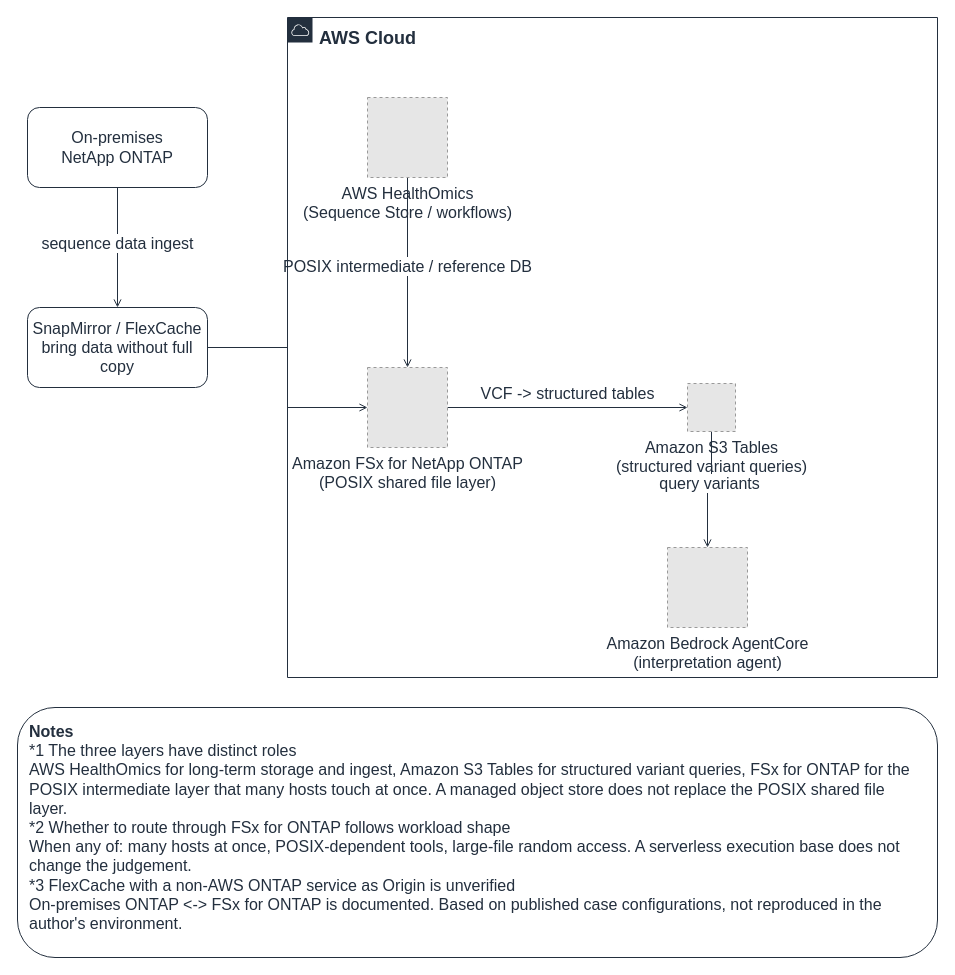
Earlier version of the draw.io diagram docs/_assets/diagrams/genomics-hpc-data-layers-en.drawio (Yoshiki0705/FSx-for-ONTAP-Adoption-Playbook). Source tidied: cells renumbered, new cells numbered last; positions are measured from the earlier drawing's top-left corner, leaving out a move shared by most shapes. Both pictures are drawn from the tidied source at 100%, with x=0, y=0 at pixel (17, 17). Pictures stored in the file or linked from it are replaced by grey dashed boxes.
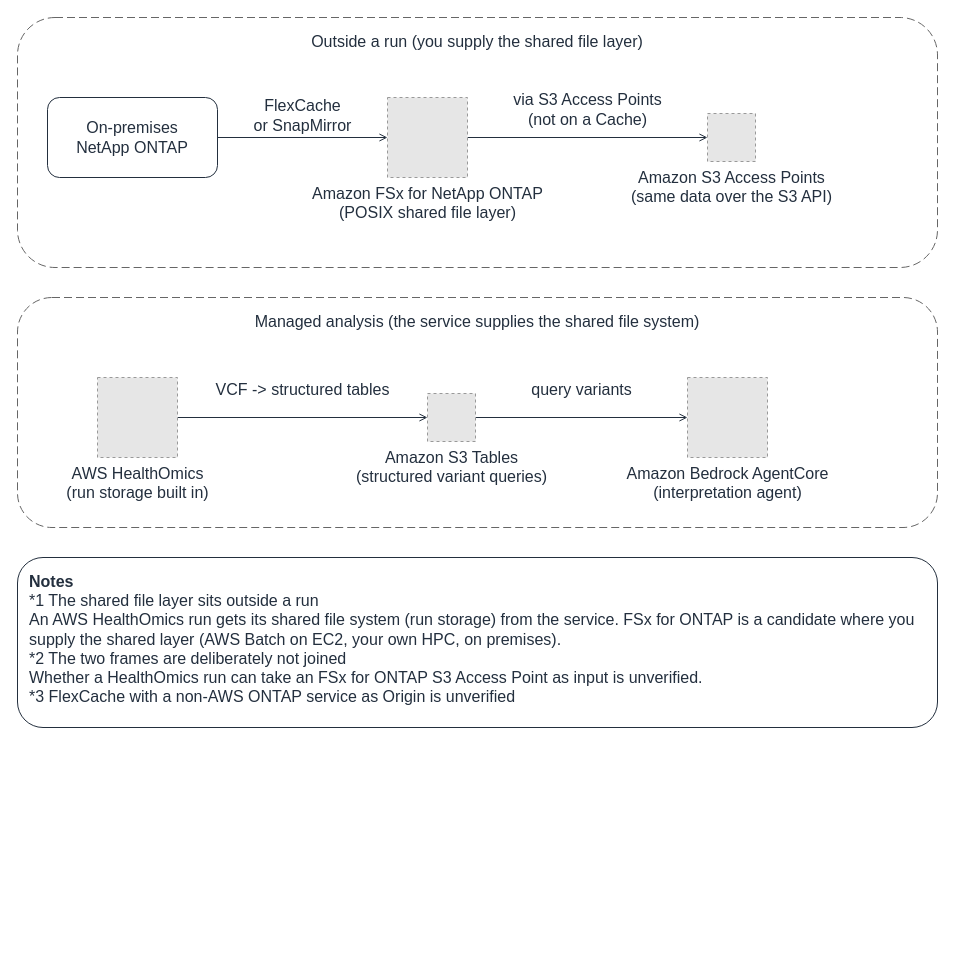
After the change.

The edit, as a diff of the source:
```diff
@@
 <mxGraphModel background="#FFFFFF">
   <root>
     <mxCell id="0" />
     <mxCell id="1" parent="0" />
-    <mxCell id="2" value="sequence data ingest" style="edgeStyle=orthogonalEdgeStyle;rounded=0;html=1;endArrow=open;endFill=0;strokeColor=#232F3E;strokeWidth=1;fontSize=16;fontColor=#232F3E;labelBackgroundColor=#FFFFFF;exitX=0.5;exitY=1.0;exitDx=0;exitDy=0;entryX=0.5;entryY=0.0;entryDx=0;entryDy=0;" parent="1" edge="1" source="8" target="9">
+    <mxCell id="2" value="FlexCache&lt;br&gt;or SnapMirror" style="edgeStyle=orthogonalEdgeStyle;rounded=0;html=1;endArrow=open;endFill=0;strokeColor=#232F3E;strokeWidth=1;fontSize=16;fontColor=#232F3E;labelBackgroundColor=#FFFFFF;exitX=1.0;exitY=0.5;exitDx=0;exitDy=0;entryX=0.0;entryY=0.5;entryDx=0;entryDy=0;" parent="1" edge="1" source="8" target="12">
       <mxGeometry relative="1" as="geometry">
-        <mxPoint y="-4" as="offset" />
+        <mxPoint y="-22" as="offset" />
       </mxGeometry>
     </mxCell>
-    <mxCell id="3" style="edgeStyle=orthogonalEdgeStyle;rounded=0;html=1;endArrow=open;endFill=0;strokeColor=#232F3E;strokeWidth=1;fontSize=16;fontColor=#232F3E;labelBackgroundColor=#FFFFFF;exitX=1.0;exitY=0.5;exitDx=0;exitDy=0;entryX=0.0;entryY=0.5;entryDx=0;entryDy=0;" parent="1" edge="1" source="9" target="12">
-      <mxGeometry relative="1" as="geometry" />
+    <mxCell id="3" value="via S3 Access Points&lt;br&gt;(not on a Cache)" style="edgeStyle=orthogonalEdgeStyle;rounded=0;html=1;endArrow=open;endFill=0;strokeColor=#232F3E;strokeWidth=1;fontSize=16;fontColor=#232F3E;labelBackgroundColor=#FFFFFF;exitX=1.0;exitY=0.5;exitDx=0;exitDy=0;entryX=0.0;entryY=0.5;entryDx=0;entryDy=0;" parent="1" edge="1" source="12" target="17">
+      <mxGeometry relative="1" as="geometry">
+        <mxPoint y="-28" as="offset" />
+      </mxGeometry>
     </mxCell>
-    <mxCell id="4" value="POSIX intermediate / reference DB" style="edgeStyle=orthogonalEdgeStyle;rounded=0;html=1;endArrow=open;endFill=0;strokeColor=#232F3E;strokeWidth=1;fontSize=16;fontColor=#232F3E;labelBackgroundColor=#FFFFFF;exitX=0.5;exitY=1.0;exitDx=0;exitDy=0;entryX=0.5;entryY=0.0;entryDx=0;entryDy=0;" parent="1" edge="1" source="11" target="12">
+    <mxCell id="4" value="VCF -&amp;gt; structured tables" style="edgeStyle=orthogonalEdgeStyle;rounded=0;html=1;endArrow=open;endFill=0;strokeColor=#232F3E;strokeWidth=1;fontSize=16;fontColor=#232F3E;labelBackgroundColor=#FFFFFF;exitX=1.0;exitY=0.5;exitDx=0;exitDy=0;entryX=0.0;entryY=0.5;entryDx=0;entryDy=0;" parent="1" edge="1" source="11" target="13">
       <mxGeometry relative="1" as="geometry">
-        <mxPoint y="-6" as="offset" />
+        <mxPoint y="-28" as="offset" />
       </mxGeometry>
     </mxCell>
-    <mxCell id="5" value="VCF -&amp;gt; structured tables" style="edgeStyle=orthogonalEdgeStyle;rounded=0;html=1;endArrow=open;endFill=0;strokeColor=#232F3E;strokeWidth=1;fontSize=16;fontColor=#232F3E;labelBackgroundColor=#FFFFFF;exitX=1.0;exitY=0.5;exitDx=0;exitDy=0;entryX=0.0;entryY=0.5;entryDx=0;entryDy=0;" parent="1" edge="1" source="12" target="13">
+    <mxCell id="5" value="query variants" style="edgeStyle=orthogonalEdgeStyle;rounded=0;html=1;endArrow=open;endFill=0;strokeColor=#232F3E;strokeWidth=1;fontSize=16;fontColor=#232F3E;labelBackgroundColor=#FFFFFF;exitX=1.0;exitY=0.5;exitDx=0;exitDy=0;entryX=0.0;entryY=0.5;entryDx=0;entryDy=0;" parent="1" edge="1" source="13" target="14">
       <mxGeometry relative="1" as="geometry">
-        <mxPoint y="-14" as="offset" />
+        <mxPoint y="-28" as="offset" />
       </mxGeometry>
     </mxCell>
-    <mxCell id="6" value="query variants" style="edgeStyle=orthogonalEdgeStyle;rounded=0;html=1;endArrow=open;endFill=0;strokeColor=#232F3E;strokeWidth=1;fontSize=16;fontColor=#232F3E;labelBackgroundColor=#FFFFFF;exitX=0.5;exitY=1.0;exitDx=0;exitDy=0;entryX=0.5;entryY=0.0;entryDx=0;entryDy=0;" parent="1" edge="1" source="13" target="14">
-      <mxGeometry relative="1" as="geometry">
-        <mxPoint y="-6" as="offset" />
-      </mxGeometry>
-    </mxCell>
-    <mxCell id="7" value="AWS Cloud" style="gradientColor=none;html=1;whiteSpace=wrap;fontSize=18;fontStyle=1;fontColor=#232F3E;shape=mxgraph.aws4.group;grIcon=mxgraph.aws4.group_aws_cloud;strokeColor=#232F3E;fillColor=none;verticalAlign=top;align=left;spacingLeft=30;spacingTop=4;dashed=0;labelBackgroundColor=#FFFFFF;" parent="1" vertex="1">
-      <mxGeometry x="270" width="650" height="660" as="geometry" />
-    </mxCell>
+    <mxCell id="15" value="Outside a run (you supply the shared file layer)" style="rounded=1;whiteSpace=wrap;html=1;dashed=1;dashPattern=8 4;strokeColor=#666666;fillColor=none;fontColor=#232F3E;fontSize=16;verticalAlign=top;align=center;spacingTop=8;" parent="1" vertex="1">
+      <mxGeometry width="920" height="250" as="geometry" />
+    </mxCell>
+    <mxCell id="16" value="Managed analysis (the service supplies the shared file system)" style="rounded=1;whiteSpace=wrap;html=1;dashed=1;dashPattern=8 4;strokeColor=#666666;fillColor=none;fontColor=#232F3E;fontSize=16;verticalAlign=top;align=center;spacingTop=8;" parent="1" vertex="1">
+      <mxGeometry y="280" width="920" height="230" as="geometry" />
+    </mxCell>
     <mxCell id="8" value="On-premises&lt;br&gt;NetApp ONTAP" style="rounded=1;whiteSpace=wrap;html=1;strokeColor=#232F3E;fillColor=none;fontColor=#232F3E;fontSize=16;verticalAlign=middle;align=center;" parent="1" vertex="1">
-      <mxGeometry x="10" y="90" width="180" height="80" as="geometry" />
+      <mxGeometry x="30" y="80" width="170" height="80" as="geometry" />
     </mxCell>
-    <mxCell id="9" value="SnapMirror / FlexCache&lt;br&gt;bring data without full copy" style="rounded=1;whiteSpace=wrap;html=1;strokeColor=#232F3E;fillColor=none;fontColor=#232F3E;fontSize=16;verticalAlign=middle;align=center;" parent="1" vertex="1">
-      <mxGeometry x="10" y="290" width="180" height="80" as="geometry" />
-    </mxCell>
-    <mxCell id="10" value="&lt;b&gt;Notes&lt;/b&gt;&lt;br&gt;*1 The three layers have distinct roles&lt;br&gt;AWS HealthOmics for long-term storage and ingest, Amazon S3 Tables for structured variant queries, FSx for ONTAP for the POSIX intermediate layer that many hosts touch at once. A managed object store does not replace the POSIX shared file layer.&lt;br&gt;*2 Whether to route through FSx for ONTAP follows workload shape&lt;br&gt;When any of: many hosts at once, POSIX-dependent tools, large-file random access. A serverless execution base does not change the judgement.&lt;br&gt;*3 FlexCache with a non-AWS ONTAP service as Origin is unverified&lt;br&gt;On-premises ONTAP &amp;lt;-&amp;gt; FSx for ONTAP is documented. Based on published case configurations, not reproduced in the author's environment." style="rounded=1;whiteSpace=wrap;html=1;strokeColor=#232F3E;fillColor=none;fontColor=#232F3E;fontSize=16;verticalAlign=top;align=left;spacingLeft=10;spacingRight=10;spacingTop=8;" parent="1" vertex="1">
-      <mxGeometry y="690" width="920" height="250" as="geometry" />
+    <mxCell id="10" value="&lt;b&gt;Notes&lt;/b&gt;&lt;br&gt;*1 The shared file layer sits outside a run&lt;br&gt;An AWS HealthOmics run gets its shared file system (run storage) from the service. FSx for ONTAP is a candidate where you supply the shared layer (AWS Batch on EC2, your own HPC, on premises).&lt;br&gt;*2 The two frames are deliberately not joined&lt;br&gt;Whether a HealthOmics run can take an FSx for ONTAP S3 Access Point as input is unverified.&lt;br&gt;*3 FlexCache with a non-AWS ONTAP service as Origin is unverified" style="rounded=1;whiteSpace=wrap;html=1;strokeColor=#232F3E;fillColor=none;fontColor=#232F3E;fontSize=16;verticalAlign=top;align=left;spacingLeft=10;spacingRight=10;spacingTop=8;" parent="1" vertex="1">
+      <mxGeometry y="540" width="920" height="170" as="geometry" />
     </mxCell>
+    <mxCell id="12" value="Amazon FSx for NetApp ONTAP&lt;br&gt;(POSIX shared file layer)" style="fillColor=#E6E6E6;strokeColor=#999999;dashed=1;html=1;verticalLabelPosition=bottom;verticalAlign=top;labelPosition=center;align=center;fontSize=16;fontColor=#232F3E;" parent="1" vertex="1">
+      <mxGeometry x="370" y="80" width="80" height="80" as="geometry" />
+    </mxCell>
+    <mxCell id="17" value="Amazon S3 Access Points&lt;br&gt;(same data over the S3 API)" style="fillColor=#E6E6E6;strokeColor=#999999;dashed=1;html=1;verticalLabelPosition=bottom;verticalAlign=top;labelPosition=center;align=center;fontSize=16;fontColor=#232F3E;" parent="1" vertex="1">
+      <mxGeometry x="690" y="96" width="48" height="48" as="geometry" />
+    </mxCell>
-    <mxCell id="11" value="AWS HealthOmics&lt;br&gt;(Sequence Store / workflows)" style="fillColor=#E6E6E6;strokeColor=#999999;dashed=1;html=1;verticalLabelPosition=bottom;verticalAlign=top;labelPosition=center;align=center;fontSize=16;fontColor=#232F3E;" parent="1" vertex="1">
-      <mxGeometry x="350" y="80" width="80" height="80" as="geometry" />
+    <mxCell id="11" value="AWS HealthOmics&lt;br&gt;(run storage built in)" style="fillColor=#E6E6E6;strokeColor=#999999;dashed=1;html=1;verticalLabelPosition=bottom;verticalAlign=top;labelPosition=center;align=center;fontSize=16;fontColor=#232F3E;" parent="1" vertex="1">
+      <mxGeometry x="80" y="360" width="80" height="80" as="geometry" />
     </mxCell>
-    <mxCell id="12" value="Amazon FSx for NetApp ONTAP&lt;br&gt;(POSIX shared file layer)" style="fillColor=#E6E6E6;strokeColor=#999999;dashed=1;html=1;verticalLabelPosition=bottom;verticalAlign=top;labelPosition=center;align=center;fontSize=16;fontColor=#232F3E;" parent="1" vertex="1">
-      <mxGeometry x="350" y="350" width="80" height="80" as="geometry" />
-    </mxCell>
     <mxCell id="13" value="Amazon S3 Tables&lt;br&gt;(structured variant queries)" style="fillColor=#E6E6E6;strokeColor=#999999;dashed=1;html=1;verticalLabelPosition=bottom;verticalAlign=top;labelPosition=center;align=center;fontSize=16;fontColor=#232F3E;" parent="1" vertex="1">
-      <mxGeometry x="670" y="366" width="48" height="48" as="geometry" />
+      <mxGeometry x="410" y="376" width="48" height="48" as="geometry" />
     </mxCell>
     <mxCell id="14" value="Amazon Bedrock AgentCore&lt;br&gt;(interpretation agent)" style="fillColor=#E6E6E6;strokeColor=#999999;dashed=1;html=1;verticalLabelPosition=bottom;verticalAlign=top;labelPosition=center;align=center;fontSize=16;fontColor=#232F3E;" parent="1" vertex="1">
-      <mxGeometry x="650" y="530" width="80" height="80" as="geometry" />
+      <mxGeometry x="670" y="360" width="80" height="80" as="geometry" />
     </mxCell>
   </root>
 </mxGraphModel>
```
